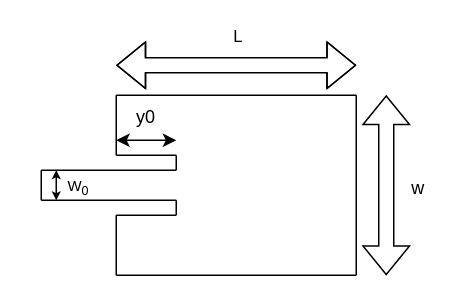
This is 04 Prototype udvikling/Antenne/Antenna 0/Antenna0figure_dimensions.drawio from Scramtv/ESD_P5, a draw.io file, before an edit. Source tidied: cells renumbered, new cells numbered last; positions are measured from the earlier drawing's top-left corner, leaving out a move shared by most shapes. Both pictures are drawn from the tidied source at 150%, with x=0, y=0 at pixel (26, 64).
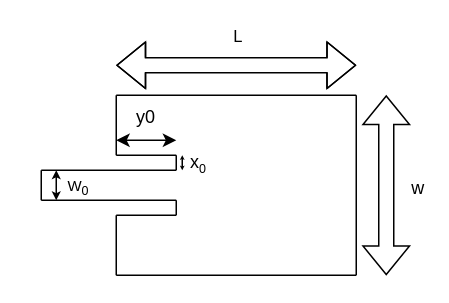
The same diagram, later.

The edit, as a diff of the source:
```diff
@@
+    <mxCell id="22" style="edgeStyle=none;orthogonalLoop=1;jettySize=auto;html=1;endArrow=classic;startArrow=classic;endSize=0;startSize=0;rounded=0;" parent="1" edge="1">
+      <mxGeometry relative="1" as="geometry">
+        <mxPoint x="104" y="70" as="sourcePoint" />
+        <mxPoint x="104" y="60" as="targetPoint" />
+      </mxGeometry>
+    </mxCell>
+    <mxCell id="23" value="x&lt;span style=&quot;font-size: 10px;&quot;&gt;&lt;sub&gt;0&lt;/sub&gt;&lt;/span&gt;" style="text;html=1;whiteSpace=wrap;strokeColor=none;fillColor=none;align=center;verticalAlign=middle;rounded=0;" parent="1" vertex="1">
+      <mxGeometry x="85" y="50" width="60" height="30" as="geometry" />
+    </mxCell>
```
